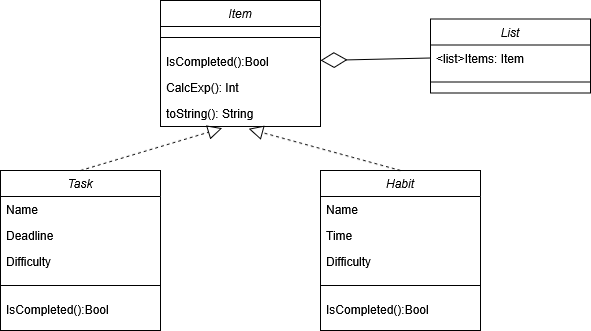
Earlier version of the draw.io export Diagrams/Class_Items.drawio.png (Fabiancipher/Habitra). Source tidied: cells renumbered, new cells last; positions are measured from the earlier drawing's top-left corner, leaving out a move shared by most shapes.
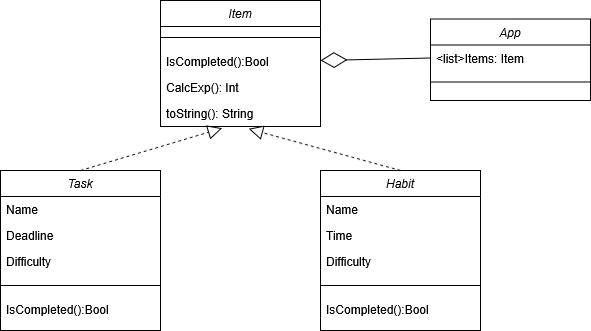
Above is the later version.

What changed in the source:
```diff
@@ -17,8 +17,8 @@
     <mxCell id="6" value="toString(): String" style="text;align=left;verticalAlign=top;spacingLeft=4;spacingRight=4;overflow=hidden;points=[[0,0.5],[1,0.5]];portConstraint=eastwest;" parent="2" vertex="1">
       <mxGeometry y="100" width="160" height="26" as="geometry" />
     </mxCell>
-    <mxCell id="7" value="List" style="swimlane;fontStyle=2;align=center;verticalAlign=top;horizontal=1;startSize=26;rounded=0;shadow=0;strokeWidth=1;" parent="1" vertex="1">
-      <mxGeometry x="430" y="18.5" width="160" height="74" as="geometry" />
+    <mxCell id="7" value="App" style="swimlane;fontStyle=2;align=center;verticalAlign=top;horizontal=1;startSize=26;rounded=0;shadow=0;strokeWidth=1;" parent="1" vertex="1">
+      <mxGeometry x="430" y="18.5" width="160" height="81.5" as="geometry" />
     </mxCell>
     <mxCell id="8" value="&lt;list&gt;Items: Item" style="text;align=left;verticalAlign=top;spacingLeft=4;spacingRight=4;overflow=hidden;points=[[0,0.5],[1,0.5]];portConstraint=eastwest;" parent="7" vertex="1">
       <mxGeometry y="26" width="160" height="26" as="geometry" />
```
